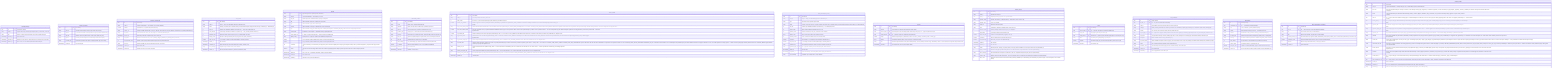
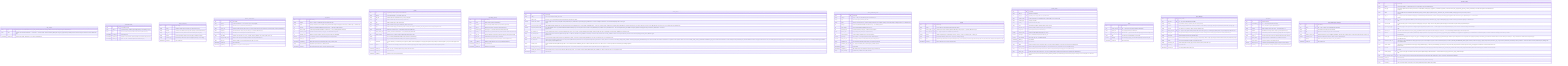
%% Generated by scripts/generate_er.py | 2026-07-03 — do not edit by hand (make er)
erDiagram
+ 
+     APP_CONFIG {
+         string key PK "Config key in lower-snake attribute form (e.g. pdf_extractor). Matches the settings.<key> attribute name and the API path segment. ADR-0053 §2.1."
+         string value "Override value as TEXT. NOT NULL — 'a row exists ⇔ override is active'. Reset to default by deleting the row (§3.3). Typed values (bool/float) are stored as their string form and coerced at read. ADR-0053 §2.1."
+         timestamptz updated_at "Last write time (audit). Refreshed on every upsert. ADR-0053 §2.1."
+     }

    CONVERSATIONS {
        uuid id PK "Conversation identity"
        string vault_id "Logical vault scope (matches pages/edges pattern), from VAULT_ID env var"
        string title "User-set or first-prompt-derived title, NULL until set (ADR-0019 §2.5)"
        timestamptz created_at "Row creation time"
        timestamptz updated_at "Bumped on each chat turn, drives last-active-conversation restore (AC-F6-1)"
        timestamptz deleted_at "NULL = live, set = soft-deleted (ADR-0005 / ADR-0019 §2.5)"
    }

    IMAGE_CAPTIONS {
        uuid id PK "Row identity"
        string vault_id "Vault this cached caption belongs to (per-vault cache scoping)"
        string sha256 "Lowercase hex sha256 of the image file's raw bytes (content-addressed key)"
        string file_path "Relative raw source path last seen for this content (audit, may drift)"
        string caption "Provider-generated caption used as the image's extracted text (R8-2)"
        string provider_type "Backend that produced the caption: local|api|cli (audit only, never routing)"
        timestamptz created_at "Row creation time"
    }

    IMPORT_SCHEDULES {
        uuid id PK "Row identity"
        string vault_id "Logical vault identifier — one schedule row per vault (UNIQUE)"
        boolean enabled "Scheduler is a no-op while false (ADR-0020 §4.1)"
        string source_dir "Container-visible absolute path to scan (e.g. /import). NULL until set by the user. Must be mounted into the container (ADR-0020 §7)."
        string frequency "Scan interval enum: '15m' | '1h' | '6h' | 'daily' (I7 — bounded, ADR-0020 §4.1)"
        timestamptz last_run_at "Timestamp of the last completed scan, NULL if never run"
        string last_status "Outcome of the last scan: 'ok' | 'error' | 'running' | 'skipped_disabled' | 'dir_missing' | NULL (never run)"
        int last_imported_count "Number of files copied (new/changed) during the last scan (ADR-0020 §4.3)"
        string last_error "Human-readable error from the last failed scan, NULL on success"
        timestamptz created_at "Row creation time"
        timestamptz updated_at "Updated on every PUT or scan completion"
    }

    LINT_RUNS {
        uuid id PK "Run identity"
        string vault_id "Scope — string, no vaults table (AQ-v0.5-6, ADR-0037 §3.1)"
        string status "running | completed | error. Defaults 'running', terminal write always in finally (never left 'running' on fall-through — ADR-0037 §4)."
        int max_iter "Iteration cap FROZEN at INSERT from POST body → LINT_MAX_ITER default (I7)"
        int token_budget "Token budget FROZEN at INSERT from POST body → LINT_TOKEN_BUDGET default (I7)"
        int iterations_used "Semantic rounds consumed (0..max_iter), 0 for deterministic-only scans"
        int findings_count "Number of findings emitted by this scan (capped at LINT_MAX_FINDINGS)"
        decimal total_cost_usd "I7 cost ledger, 0.0000 for local/cli (ADR-0009), $1 anomaly threshold"
        timestamptz started_at "Run start time"
        timestamptz completed_at "NULL while running, set in finally block (mirrors deep_research_runs)"
        string error_message "Populated only on status='error', NULL otherwise"
        timestamptz created_at "Row creation time (mirrors deep_research_runs/review_items)"
    }

    PAGES {
        uuid id PK "Page identity, also the Qdrant point id (ADR-0002)"
        string vault_id "Logical vault identifier — from VAULT_ID env var"
        string file_path "Relative path under vault/raw/sources/, join key to filesystem"
        string title "YAML frontmatter 'title', NULL if absent (K6, AC-K6-2/3)"
        string type "YAML frontmatter 'type', NULL if absent (K6)"
        jsonb sources "YAML frontmatter 'sources[]' as JSONB array, NULL if absent (K6)"
        jsonb tags "YAML frontmatter 'tags[]' as JSONB array, NULL if absent (K6 navigation, nashsu/llm_wiki parity). Mirrors 'sources' storage. Migration 0018."
        string content_hash "sha256 hex of raw file bytes — authoritative change signal (ADR-0001)"
        int source_mtime_ns "st_mtime_ns at last confirmed index — cheap fast-path gate (ADR-0001)"
        uuid qdrant_point_id "Qdrant point id == pages.id, explicit to allow deliberate divergence later"
        double x "FR x-coordinate (DOUBLE PRECISION), NULL until first layout (ADR-0013)"
        double y "FR y-coordinate (DOUBLE PRECISION), NULL until first layout (ADR-0013)"
        int community "Louvain community id, re-numbered by size (largest=0). NULL until first GraphEngine.recompute() after migration 0020 (G-P0-2). Persisted alongside x/y, exposed in GET /graph nodes (I2)."
        boolean pinned "True when the user manually positioned this node via PATCH /pages/(id)/position. Engine preserves pinned coords across FR recomputes (Feature A)."
        timestamptz deleted_at "NULL = live, set = soft-deleted (ADR-0005), Qdrant point hard-deleted"
        timestamptz created_at "Row creation time"
        timestamptz updated_at "Updated on every upsert (AC-WATCH-3)"
    }

    PROVIDER_CONFIG {
        uuid id PK "Row identity"
        string scope "global | vault | operation (ADR-0008 §2)"
        string operation "ingest | chat | lint, NULL unless scope='operation' (AQ-v0.2-5)"
        string vault_id "NULL at global scope, required at vault/operation scope"
        string provider_type "local | api | cli — selects the InferenceProvider backend (I6)"
        string model_id "Model name (e.g. claude-sonnet-4-6), value lives ONLY in DB rows (AC-F17-8)"
        string base_url "OpenAI-compatible endpoint for ApiProvider, NULL for Anthropic/local default"
        int max_iter "Orchestrated-loop iteration cap (I7, ADR-0009)"
        int token_budget "Loop token budget (I7), 60000 orchestrated / 100000 cli (ADR-0009)"
        boolean is_fallback "Marks the single fallback row for a scope (ADR-0009 §fallback)"
        timestamptz created_at "Row creation time"
        timestamptz updated_at "Updated on every change"
    }

    VAULT_STATE {
        uuid id PK "Row identity"
        string vault_id "One row per vault, from VAULT_ID env var"
        int data_version "Monotonic, +1 per successful upsert ingest (AC-F16dv-2/4), FA2 debounce signal"
        boolean remote_mcp_enabled "Runtime toggle for the remote (HTTP) MCP surface (ADR-0032 §2.1). Default OFF, requires MCP_AUTH_TOKEN to be set before enabling. Persisted here, read into RemoteMcpFlag cache in main.py at startup."
        string mcp_access_token_hash "Salted PBKDF2-HMAC-SHA256 hash of the UI-set MCP access token (ADR-0033 §2.1). Format: pbkdf2_sha256$<iters>$<salt_b64>$<hash_b64>. NULL = no UI token, env MCP_AUTH_TOKEN is the bootstrap fallback. NEVER stores plaintext. Token shown once at generation time (one-time reveal). DB-hash takes precedence over env bootstrap when set. Migration 0012."
        boolean mcp_allow_without_token "When ON: PRIVATE sources (loopback/CGNAT/RFC1918/link-local/ULA) may reach /mcp/server without a bearer token (ADR-0033 §2.3). PUBLIC sources (Cloudflare tunnel — CF-Connecting-IP/CF-Ray) are NEVER exempted regardless of this flag (fail-safe by construction). Default false — fail-closed. Migration 0012."
        boolean clip_enabled_db "Runtime enabled-gate for POST /clip ingress (ADR-0040 §3). NULL = not set in DB, env CLIP_ENABLED is the fallback. When NOT NULL, DB value is authoritative (overrides CLIP_ENABLED env). Migration 0015."
        string clip_access_token "Plaintext bearer token for POST /clip (ADR-0040 §3). NULL = no DB token, fall back to CLIP_TOKEN env bootstrap or none. When set, DB value wins over CLIP_TOKEN env. Shown once at generation time (one-time reveal in PUT /clip/config generated_token). NEVER logged. Migration 0015."
        string clip_allowed_origins_db "Comma-separated Origin allowlist for POST /clip (ADR-0040 §3). NULL = fall back to CLIP_ALLOWED_ORIGINS env var. When set, DB value wins over env. Migration 0015."
        string cli_oauth_token "Plaintext Claude subscription OAuth token for the CLI provider (ADR-0043 §2.1). Produced on the host by 'claude setup-token' (prefix: sk-ant- + oat01-). NULL = no UI token, env 'CLAUDE_CODE_OAUTH_TOKEN' / 'CLAUDE_CODE_USE_SUBSCRIPTION' govern. When NOT NULL the DB value is authoritative: it is injected into the spawned 'claude' CLI's env as CLAUDE_CODE_OAUTH_TOKEN AND 'ANTHROPIC_API_KEY' is scrubbed from that child env so the subscription wins (ADR-0043 §2.3). Stored PLAINTEXT because it is replayed outbound to the CLI, not verified against an incoming request — a hash cannot be replayed (§12 narrowly amended for this one credential). NEVER logged, NEVER returned by any endpoint. Migration 0017."
        string searxng_url_db "Runtime SearXNG base URL (ADR-0041 §3). NULL = not set in DB, fall back to SEARXNG_URL env var. When set, DB value wins over env. NOT a secret — returned by GET /web-search/config (no masking). Migration 0016."
        string searxng_categories_db "Comma-separated SearXNG categories (ADR-0041 §3). NULL = not set in DB, fall back to env / code defaults. When set, DB value wins over env. Migration 0016."
        int searxng_max_queries_db "Max SearXNG queries per deep-research iteration (ADR-0041 §3). NULL = not set in DB, fall back to DEEP_RESEARCH_MAX_QUERIES env. When set, DB value wins over env. Migration 0016."
        timestamptz updated_at "Last bump time"
    }

    DEEP_RESEARCH_RUNS {
        uuid id PK "Run identity"
        string vault_id "Scope — string, no vaults table (AQ-v0.5-6, ADR-0024 §7.1)"
        string topic "The research topic provided by the caller"
        string status "running | converged | max_iter_reached | budget_exhausted | error. Defaults 'running', terminal write always in finally (Do-NOT no.7, ADR-0024 §3.2)"
        int max_iter "Iteration cap FROZEN at INSERT from POST body → env default (AQ-v0.5-4)"
        int token_budget "Token budget FROZEN at INSERT (AQ-v0.5-4, I7)"
        int iterations_used "Rounds consumed (1..max_iter), 0 until first round completes"
        jsonb queries_used "Array of every query issued, per round (AC-F10-4c)"
        int sources_fetched "Count of fetched candidate sources across all iterations"
        boolean converged "True iff status == 'converged' (audit convenience, ADR-0024 §7.1)"
        decimal total_cost_usd "I7 cost ledger, 0.0000 for local/cli (ADR-0009), $1 anomaly threshold"
        string synthesis_text "The synthesized markdown, NULL until step 5 completes (AC-F10-4c)"
        uuid synthesis_page_id FK "FK → pages.id created by the re-entrant ingest_file, NULL until done"
        timestamptz started_at "Run start time"
        timestamptz completed_at "NULL while running, set in finally block (mirrors ingest_runs alias rule)"
        string error_message "Populated only on status='error', NULL otherwise"
    }

    EDGES {
        uuid id PK "Row identity"
        string vault_id "Scope edges per vault (matches pages/vault_state pattern)"
        uuid source_page_id FK "Unordered pair stored canonically (smaller UUID first by string sort). FK → pages.id (ADR-0012 / AQ-5)"
        uuid target_page_id FK "FK → pages.id, target of the undirected pair (ADR-0012)"
        double weight "Additive 4-signal weight > 0 (ADR-0012): 3·direct + 4·source_overlap + 1.5·adamic_adar + 1·same_type"
        jsonb signals "Per-signal breakdown ('direct','source','aa','type') for audit (AC-F4-1(e))"
        string kind "Structural edge discriminator: 'link' (direct wikilink present) | 'source' (shared provenance only). ADR-0016 §4. NULL for rows written before migration 0004 (treated as link)."
        timestamptz created_at "Row creation time (set on each recompute batch)"
    }

    INGEST_RUNS {
        uuid id PK "Row identity"
        string vault_id "Vault this run belongs to"
        uuid page_id FK "Originating source page, NULL on a pre-write failure"
        string provider_name "Provider class name (e.g. OllamaProvider) — AUDIT ONLY, never routed on (I6)"
        string provider_type "local | api | cli (audit)"
        string model_id "Resolved model used (audit)"
        string route "orchestrated | delegated (capability-aware routing outcome)"
        int max_iter_used "Iterations actually consumed (1..max_iter), 0 for delegated"
        int total_tokens "input+output tokens across all iterations (I7)"
        decimal total_cost_usd "0.0000 for local/cli (ADR-0009), logged per run (I7)"
        boolean converged "True if a valid batch was produced within max_iter"
        boolean cost_anomaly "True if total_cost_usd > 1.00 (ADR-0009 §3)"
        timestamptz started_at "Run start time"
        timestamptz finished_at "Run finish time"
        string status "Run lifecycle state: running | completed | failed | converged_false. Backfilled from converged for historical rows (ADR-0018 §7)."
        int pages_created "Number of wiki pages persisted during this run. 0 for historical rows, set by orchestrator on new runs (ADR-0018 §7)."
        string error_message "Human-readable error description for failed runs, NULL for completed/running/converged_false rows (ADR-0018 §7)."
        string source_path "Relative raw source path (raw/sources/…) the run is ingesting. NULL for historical rows written before migration 0021 (ADR-0046 §1)."
        int retry_count "Times this source has been retried. Enforces MAX_INGEST_RETRIES=3 (I7, ADR-0046 §5). Incremented by the queue manager on each re-dispatch, 0 for the initial attempt."
    }

    LINKS {
        uuid id PK "Row identity"
        uuid source_page_id FK "FK → pages.id, the page that contains the wikilink (K5)"
        string target_title "The [[Target]] title string as written (K5)"
        uuid target_page_id FK "Resolved FK → pages.id, NULL while the target page does not exist (K5, v0.3)"
        string alias "The |alias part of [[Target|alias]], if present (K5)"
        boolean dangling "True when target_page_id is unresolved (AC-K5-5), warn-not-error path"
        timestamptz created_at "Row creation time"
    }

    LINT_FINDINGS {
        uuid id PK "Finding identity"
        uuid lint_run_id FK "FK → lint_runs.id (ON DELETE CASCADE)"
        string vault_id "Denormalised vault scope (matches the run's vault, AQ-v0.5-6)"
        string category "Finding category (ADR-0037 §3.1 enum-by-convention, no DB CHECK): orphan-page | missing-xref | contradiction | stale-claim | missing-page."
        string severity "info | warning | error (advisory, display ordering). ADR-0037 §3.1."
        uuid target_page_id FK "FK → pages.id, the page the finding is about. NULL when none applies (e.g. a missing-page finding about a not-yet-existing title). ADR-0037 §3.1."
        string target_title "The page title the finding concerns (missing-page: title to create, missing-xref: the existing page that should be linked). ADR-0037 §3.1."
        string description "Human-readable 'what is wrong' (ADR-0037 §3.1)."
        string proposed_action "Human-readable description of the fix apply_lint_fix would attempt. NULL for flag-only findings (contradiction/stale-claim/orphan). ADR-0037 §3.1/§5."
        string status "open | applied | dismissed. Defaults 'open' (ADR-0037 §3.1)."
        string resolution_note "How the finding was resolved (apply outcome / dismiss reason). NULL while open."
        timestamptz created_at "Row creation time"
        timestamptz reviewed_at "Set on apply/dismiss, NULL while open."
    }

    MESSAGES {
        uuid id PK "Message identity"
        uuid conversation_id FK "FK → conversations.id (ADR-0019 §2.5)"
        string role "'user' | 'assistant' | 'system' (ADR-0019 §2.5)"
        string content "RAW message content, incl. literal <think>…</think> un-mutated (AC-F7-2)"
        jsonb citations "RESERVED for M5 [n] citations, always [] in M4 (ADR-0019 §2.3)"
        string provider_type "Backend that produced an assistant msg (audit), NULL for user/system"
        string model_id "Resolved model that produced an assistant msg (audit), NULL otherwise"
        int input_tokens "Prompt tokens for an assistant turn (I7 persistent cost record)"
        int output_tokens "Completion tokens for an assistant turn (I7)"
        decimal total_cost_usd "0.0000 for local/cli (ADR-0009), logged + returned in done event (I7)"
        timestamptz created_at "Row creation time, messages ordered created_at ASC (ADR-0019 §2.5)"
    }

    DEEP_RESEARCH_SOURCES {
        uuid id PK "Row identity"
        uuid run_id FK "FK → deep_research_runs.id (ON DELETE CASCADE)"
        string url "The fetched source URL (from SearXNG hit)"
        string title "Hit title from SearXNG, may be URL if no title available"
        string fetched_content_md "Extracted markdown (capped at DEEP_RESEARCH_FETCH_MAX_CHARS), NULL on fetch failure (ADR-0024 §4 / Do-NOT no.9)"
        decimal relevance_score "Optional model/heuristic relevance, NULL in Phase 2 (ADR-0024 §11)"
        int iteration "Which round produced this source (1..max_iter), audit trail"
        timestamptz created_at "Row creation time"
    }

    REVIEW_ITEMS {
        uuid id PK "Row identity"
        string vault_id "Logical vault identifier — existing String (no FK, no vaults table). AQ-v0.5-6, ADR-0034 §3.1"
        string item_type "Proposal type (ADR-0034 §3.1 enum-by-convention, no DB CHECK): missing-page | suggestion | contradiction | duplicate | confirm. Old values (new_page/update_page/deep_research_candidate) are obsolete after migration 0013 left-shifts them to skipped."
        string status "Lifecycle (ADR-0034 §3.1, ADR-0044 adds dismissed): pending | created | skipped | dismissed | deep_researched | auto_resolved. Defaults 'pending'. (approved is gone, Create produces created.)"
        uuid page_id FK "FK → pages.id, the review TARGET: existing page a contradiction/duplicate conflicts with, or source-context page for missing-page/suggestion. NULL when none applies. (ADR-0034 §3.1 — re-documented column)"
        uuid source_page_id FK "FK → pages.id, the page WHOSE INGEST produced this proposal (provenance). Distinct from page_id (the conflicting/target page). Lets the UI show 'proposed while ingesting X'. ADR-0034 §3.1 ADD."
        string proposed_title "The title the LLM proposes to create (required for missing-page, advisory for others). Drives the lazy skeleton (ADR-0034 §5.2) and rule-based sweep title match (§6.2). ADR-0034 §3.1 ADD."
        string proposed_page_type "Inferred PageType for the lazy skeleton: entity|concept|source|synthesis|comparison. NULL → heuristic applied at Create time (ADR-0034 §5.2). source is never a valid Create target. ADR-0034 §3.1 ADD."
        string proposed_dir "Target wiki/ subdir derived from proposed_page_type (DISPLAY ONLY). Recomputed from the final type at Create time — never trusted blindly (ADR-0034 §5.2). ADR-0034 §3.1 ADD."
        string rationale "Short human-readable 'why this matters' (ADR-0034 §3.1 ADD). Replaces the old per-page follow-up questions (pre_generated_query is DROPPED). For suggestion: the gap/follow-up, for contradiction: the conflict description, for confirm: what needs confirming. Used as the topic hint for Deep Research."
        string content_key "16-hex FNV-1a stable digest over vault_id + item_type + normalize(proposed_title) + (target_page_title|page_id) (ADR-0044 §3.2). Makes the queue idempotent across re-ingest: the same logical proposal keeps its content_key and therefore its status. NULL for 'confirm' items (never deduped — every confirmation is a distinct human ask) and legacy rows. Migration 0019."
        jsonb referenced_page_ids "JSON array of page-id STRINGS: the existing pages this proposal is contextually about (plural context set, ADR-0044 §2/§3.1). Bounded (≤ REVIEW_REFERENCED_PAGES_MAX, default 8). Distinct from page_id (single primary conflict) and source_page_id (provenance). Deliberately a JSON array, NOT a junction/FK — stale ids are filtered at render (ADR-0044 §9.2). NULL/[] when none. Migration 0019."
        jsonb search_queries "JSON array of ≤3 pre-generated web-search-query strings (ADR-0044 §2.3), produced by the SAME single proposal call (no extra provider call). Deep Research seeds its topic from search_queries[0], the UI shows them on the card. NULL when none. Migration 0019."
        string resolution "How the item closed (ADR-0034 §3.1 ADD, ADR-0044 adds dismissed): created | skipped | dismissed | researched | rule_resolved | llm_resolved. NULL while pending. Complements status (status records *what* happened, resolution records *how* it was resolved)."
        uuid created_page_id FK "FK → pages.id, the page a successful Create action produced (ADR-0034 §5). NULL while status != 'created'. Distinct from page_id and source_page_id. ADR-0034 §3.1 ADD."
        uuid deep_research_run_id FK "FK → deep_research_runs.id, set when the Deep-Research action fires (AC-F10-5). NULL while status != 'deep_researched'. Unchanged from ADR-0025."
        timestamptz created_at "Row creation time"
        timestamptz reviewed_at "Set on any terminal action (Create/Skip/Deep-Research/auto-resolve), NULL while pending."
        string reviewed_by "'web-ui' for human actions, 'auto-sweep' for the sweep (ADR-0034 §6.2/§6.3). NULL while pending."
    }
